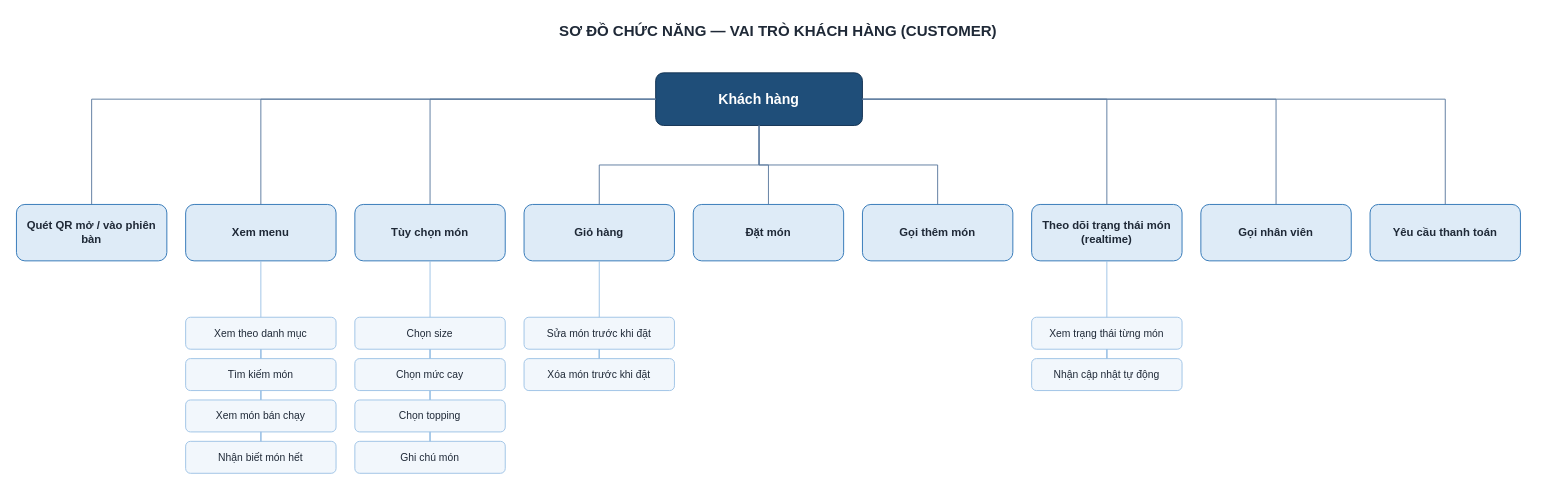
Before: docs/diagrams/chuc-nang-khach-hang.drawio in thanhhoa3514/restaurant-management, a draw.io diagram. Source tidied: cells renumbered, new cells numbered last; positions are measured from the earlier drawing's top-left corner, leaving out a move shared by most shapes. Both pictures are drawn from the tidied source at 94%, with x=0, y=0 at pixel (16, 16).
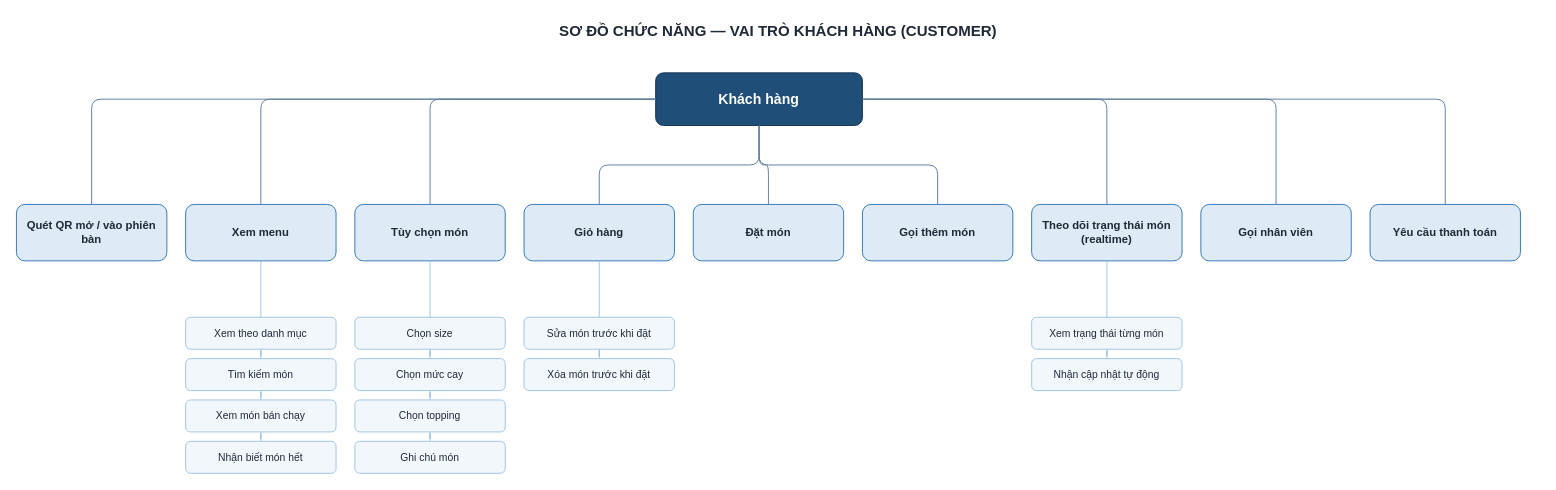
The same diagram, later.

The change refers to these unchanged cells:
```xml
<mxCell id="3" value="Khách hàng" style="rounded=1;whiteSpace=wrap;html=1;fillColor=#1F4E79;strokeColor=#123252;fontColor=#FFFFFF;fontSize=15;fontStyle=1;" parent="1" vertex="1">
  <mxGeometry x="680" y="60" width="220" height="56" as="geometry" />
</mxCell>
<mxCell id="4" value="Quét QR mở / vào phiên bàn" style="rounded=1;whiteSpace=wrap;html=1;fillColor=#DEEBF7;strokeColor=#2E75B6;fontColor=#1F2937;fontSize=12;fontStyle=1;" parent="1" vertex="1">
  <mxGeometry y="200" width="160" height="60" as="geometry" />
</mxCell>
<mxCell id="5" value="Xem menu" style="rounded=1;whiteSpace=wrap;html=1;fillColor=#DEEBF7;strokeColor=#2E75B6;fontColor=#1F2937;fontSize=12;fontStyle=1;" parent="1" vertex="1">
  <mxGeometry x="180" y="200" width="160" height="60" as="geometry" />
</mxCell>
<mxCell id="6" value="Tùy chọn món" style="rounded=1;whiteSpace=wrap;html=1;fillColor=#DEEBF7;strokeColor=#2E75B6;fontColor=#1F2937;fontSize=12;fontStyle=1;" parent="1" vertex="1">
  <mxGeometry x="360" y="200" width="160" height="60" as="geometry" />
</mxCell>
<mxCell id="7" value="Giỏ hàng" style="rounded=1;whiteSpace=wrap;html=1;fillColor=#DEEBF7;strokeColor=#2E75B6;fontColor=#1F2937;fontSize=12;fontStyle=1;" parent="1" vertex="1">
  <mxGeometry x="540" y="200" width="160" height="60" as="geometry" />
</mxCell>
<mxCell id="8" value="Đặt món" style="rounded=1;whiteSpace=wrap;html=1;fillColor=#DEEBF7;strokeColor=#2E75B6;fontColor=#1F2937;fontSize=12;fontStyle=1;" parent="1" vertex="1">
  <mxGeometry x="720" y="200" width="160" height="60" as="geometry" />
</mxCell>
<mxCell id="9" value="Gọi thêm món" style="rounded=1;whiteSpace=wrap;html=1;fillColor=#DEEBF7;strokeColor=#2E75B6;fontColor=#1F2937;fontSize=12;fontStyle=1;" parent="1" vertex="1">
  <mxGeometry x="900" y="200" width="160" height="60" as="geometry" />
</mxCell>
<mxCell id="10" value="Theo dõi trạng thái món (realtime)" style="rounded=1;whiteSpace=wrap;html=1;fillColor=#DEEBF7;strokeColor=#2E75B6;fontColor=#1F2937;fontSize=12;fontStyle=1;" parent="1" vertex="1">
  <mxGeometry x="1080" y="200" width="160" height="60" as="geometry" />
</mxCell>
<mxCell id="11" value="Gọi nhân viên" style="rounded=1;whiteSpace=wrap;html=1;fillColor=#DEEBF7;strokeColor=#2E75B6;fontColor=#1F2937;fontSize=12;fontStyle=1;" parent="1" vertex="1">
  <mxGeometry x="1260" y="200" width="160" height="60" as="geometry" />
</mxCell>
<mxCell id="12" value="Yêu cầu thanh toán" style="rounded=1;whiteSpace=wrap;html=1;fillColor=#DEEBF7;strokeColor=#2E75B6;fontColor=#1F2937;fontSize=12;fontStyle=1;" parent="1" vertex="1">
  <mxGeometry x="1440" y="200" width="160" height="60" as="geometry" />
</mxCell>
<mxCell id="13" value="Xem theo danh mục" style="rounded=1;whiteSpace=wrap;html=1;fillColor=#F2F7FC;strokeColor=#9DC3E6;fontColor=#1F2937;fontSize=11;" parent="1" vertex="1">
  <mxGeometry x="180" y="320" width="160" height="34" as="geometry" />
</mxCell>
<mxCell id="14" value="Tìm kiếm món" style="rounded=1;whiteSpace=wrap;html=1;fillColor=#F2F7FC;strokeColor=#9DC3E6;fontColor=#1F2937;fontSize=11;" parent="1" vertex="1">
  <mxGeometry x="180" y="364" width="160" height="34" as="geometry" />
</mxCell>
<mxCell id="15" value="Xem món bán chạy" style="rounded=1;whiteSpace=wrap;html=1;fillColor=#F2F7FC;strokeColor=#9DC3E6;fontColor=#1F2937;fontSize=11;" parent="1" vertex="1">
  <mxGeometry x="180" y="408" width="160" height="34" as="geometry" />
</mxCell>
<mxCell id="16" value="Nhận biết món hết" style="rounded=1;whiteSpace=wrap;html=1;fillColor=#F2F7FC;strokeColor=#9DC3E6;fontColor=#1F2937;fontSize=11;" parent="1" vertex="1">
  <mxGeometry x="180" y="452" width="160" height="34" as="geometry" />
</mxCell>
<mxCell id="17" value="Chọn size" style="rounded=1;whiteSpace=wrap;html=1;fillColor=#F2F7FC;strokeColor=#9DC3E6;fontColor=#1F2937;fontSize=11;" parent="1" vertex="1">
  <mxGeometry x="360" y="320" width="160" height="34" as="geometry" />
</mxCell>
<mxCell id="18" value="Chọn mức cay" style="rounded=1;whiteSpace=wrap;html=1;fillColor=#F2F7FC;strokeColor=#9DC3E6;fontColor=#1F2937;fontSize=11;" parent="1" vertex="1">
  <mxGeometry x="360" y="364" width="160" height="34" as="geometry" />
</mxCell>
<mxCell id="19" value="Chọn topping" style="rounded=1;whiteSpace=wrap;html=1;fillColor=#F2F7FC;strokeColor=#9DC3E6;fontColor=#1F2937;fontSize=11;" parent="1" vertex="1">
  <mxGeometry x="360" y="408" width="160" height="34" as="geometry" />
</mxCell>
<mxCell id="20" value="Ghi chú món" style="rounded=1;whiteSpace=wrap;html=1;fillColor=#F2F7FC;strokeColor=#9DC3E6;fontColor=#1F2937;fontSize=11;" parent="1" vertex="1">
  <mxGeometry x="360" y="452" width="160" height="34" as="geometry" />
</mxCell>
<mxCell id="21" value="Sửa món trước khi đặt" style="rounded=1;whiteSpace=wrap;html=1;fillColor=#F2F7FC;strokeColor=#9DC3E6;fontColor=#1F2937;fontSize=11;" parent="1" vertex="1">
  <mxGeometry x="540" y="320" width="160" height="34" as="geometry" />
</mxCell>
<mxCell id="22" value="Xóa món trước khi đặt" style="rounded=1;whiteSpace=wrap;html=1;fillColor=#F2F7FC;strokeColor=#9DC3E6;fontColor=#1F2937;fontSize=11;" parent="1" vertex="1">
  <mxGeometry x="540" y="364" width="160" height="34" as="geometry" />
</mxCell>
<mxCell id="23" value="Xem trạng thái từng món" style="rounded=1;whiteSpace=wrap;html=1;fillColor=#F2F7FC;strokeColor=#9DC3E6;fontColor=#1F2937;fontSize=11;" parent="1" vertex="1">
  <mxGeometry x="1080" y="320" width="160" height="34" as="geometry" />
</mxCell>
<mxCell id="24" value="Nhận cập nhật tự động" style="rounded=1;whiteSpace=wrap;html=1;fillColor=#F2F7FC;strokeColor=#9DC3E6;fontColor=#1F2937;fontSize=11;" parent="1" vertex="1">
  <mxGeometry x="1080" y="364" width="160" height="34" as="geometry" />
</mxCell>
```

What changed in the source:
```diff
@@
-    <mxCell id="25" style="edgeStyle=orthogonalEdgeStyle;rounded=0;html=1;endArrow=none;strokeColor=#5B7A9E;" parent="1" edge="1" source="3" target="4">
+    <mxCell id="25" style="edgeStyle=orthogonalEdgeStyle;rounded=1;html=1;endArrow=none;strokeColor=#5B7A9E;" parent="1" edge="1" source="3" target="4">
       <mxGeometry relative="1" as="geometry" />
     </mxCell>
-    <mxCell id="26" style="edgeStyle=orthogonalEdgeStyle;rounded=0;html=1;endArrow=none;strokeColor=#5B7A9E;" parent="1" edge="1" source="3" target="5">
+    <mxCell id="26" style="edgeStyle=orthogonalEdgeStyle;rounded=1;html=1;endArrow=none;strokeColor=#5B7A9E;" parent="1" edge="1" source="3" target="5">
       <mxGeometry relative="1" as="geometry" />
     </mxCell>
-    <mxCell id="27" style="edgeStyle=orthogonalEdgeStyle;rounded=0;html=1;endArrow=none;strokeColor=#5B7A9E;" parent="1" edge="1" source="3" target="6">
+    <mxCell id="27" style="edgeStyle=orthogonalEdgeStyle;rounded=1;html=1;endArrow=none;strokeColor=#5B7A9E;" parent="1" edge="1" source="3" target="6">
       <mxGeometry relative="1" as="geometry" />
     </mxCell>
-    <mxCell id="28" style="edgeStyle=orthogonalEdgeStyle;rounded=0;html=1;endArrow=none;strokeColor=#5B7A9E;" parent="1" edge="1" source="3" target="7">
+    <mxCell id="28" style="edgeStyle=orthogonalEdgeStyle;rounded=1;html=1;endArrow=none;strokeColor=#5B7A9E;" parent="1" edge="1" source="3" target="7">
       <mxGeometry relative="1" as="geometry" />
     </mxCell>
-    <mxCell id="29" style="edgeStyle=orthogonalEdgeStyle;rounded=0;html=1;endArrow=none;strokeColor=#5B7A9E;" parent="1" edge="1" source="3" target="8">
+    <mxCell id="29" style="edgeStyle=orthogonalEdgeStyle;rounded=1;html=1;endArrow=none;strokeColor=#5B7A9E;" parent="1" edge="1" source="3" target="8">
       <mxGeometry relative="1" as="geometry" />
     </mxCell>
-    <mxCell id="30" style="edgeStyle=orthogonalEdgeStyle;rounded=0;html=1;endArrow=none;strokeColor=#5B7A9E;" parent="1" edge="1" source="3" target="9">
+    <mxCell id="30" style="edgeStyle=orthogonalEdgeStyle;rounded=1;html=1;endArrow=none;strokeColor=#5B7A9E;" parent="1" edge="1" source="3" target="9">
       <mxGeometry relative="1" as="geometry" />
     </mxCell>
-    <mxCell id="31" style="edgeStyle=orthogonalEdgeStyle;rounded=0;html=1;endArrow=none;strokeColor=#5B7A9E;" parent="1" edge="1" source="3" target="10">
+    <mxCell id="31" style="edgeStyle=orthogonalEdgeStyle;rounded=1;html=1;endArrow=none;strokeColor=#5B7A9E;" parent="1" edge="1" source="3" target="10">
       <mxGeometry relative="1" as="geometry" />
     </mxCell>
-    <mxCell id="32" style="edgeStyle=orthogonalEdgeStyle;rounded=0;html=1;endArrow=none;strokeColor=#5B7A9E;" parent="1" edge="1" source="3" target="11">
+    <mxCell id="32" style="edgeStyle=orthogonalEdgeStyle;rounded=1;html=1;endArrow=none;strokeColor=#5B7A9E;" parent="1" edge="1" source="3" target="11">
       <mxGeometry relative="1" as="geometry" />
     </mxCell>
-    <mxCell id="33" style="edgeStyle=orthogonalEdgeStyle;rounded=0;html=1;endArrow=none;strokeColor=#5B7A9E;" parent="1" edge="1" source="3" target="12">
+    <mxCell id="33" style="edgeStyle=orthogonalEdgeStyle;rounded=1;html=1;endArrow=none;strokeColor=#5B7A9E;" parent="1" edge="1" source="3" target="12">
       <mxGeometry relative="1" as="geometry" />
     </mxCell>
-    <mxCell id="34" style="edgeStyle=orthogonalEdgeStyle;rounded=0;html=1;endArrow=none;strokeColor=#9DC3E6;" parent="1" edge="1" source="5" target="13">
+    <mxCell id="34" style="edgeStyle=orthogonalEdgeStyle;rounded=1;html=1;endArrow=none;strokeColor=#9DC3E6;" parent="1" edge="1" source="5" target="13">
       <mxGeometry relative="1" as="geometry" />
     </mxCell>
-    <mxCell id="35" style="edgeStyle=orthogonalEdgeStyle;rounded=0;html=1;endArrow=none;strokeColor=#9DC3E6;" parent="1" edge="1" source="13" target="14">
+    <mxCell id="35" style="edgeStyle=orthogonalEdgeStyle;rounded=1;html=1;endArrow=none;strokeColor=#9DC3E6;" parent="1" edge="1" source="13" target="14">
       <mxGeometry relative="1" as="geometry" />
     </mxCell>
-    <mxCell id="36" style="edgeStyle=orthogonalEdgeStyle;rounded=0;html=1;endArrow=none;strokeColor=#9DC3E6;" parent="1" edge="1" source="14" target="15">
+    <mxCell id="36" style="edgeStyle=orthogonalEdgeStyle;rounded=1;html=1;endArrow=none;strokeColor=#9DC3E6;" parent="1" edge="1" source="14" target="15">
       <mxGeometry relative="1" as="geometry" />
     </mxCell>
-    <mxCell id="37" style="edgeStyle=orthogonalEdgeStyle;rounded=0;html=1;endArrow=none;strokeColor=#9DC3E6;" parent="1" edge="1" source="15" target="16">
+    <mxCell id="37" style="edgeStyle=orthogonalEdgeStyle;rounded=1;html=1;endArrow=none;strokeColor=#9DC3E6;" parent="1" edge="1" source="15" target="16">
       <mxGeometry relative="1" as="geometry" />
     </mxCell>
-    <mxCell id="38" style="edgeStyle=orthogonalEdgeStyle;rounded=0;html=1;endArrow=none;strokeColor=#9DC3E6;" parent="1" edge="1" source="6" target="17">
+    <mxCell id="38" style="edgeStyle=orthogonalEdgeStyle;rounded=1;html=1;endArrow=none;strokeColor=#9DC3E6;" parent="1" edge="1" source="6" target="17">
       <mxGeometry relative="1" as="geometry" />
     </mxCell>
-    <mxCell id="39" style="edgeStyle=orthogonalEdgeStyle;rounded=0;html=1;endArrow=none;strokeColor=#9DC3E6;" parent="1" edge="1" source="17" target="18">
+    <mxCell id="39" style="edgeStyle=orthogonalEdgeStyle;rounded=1;html=1;endArrow=none;strokeColor=#9DC3E6;" parent="1" edge="1" source="17" target="18">
       <mxGeometry relative="1" as="geometry" />
     </mxCell>
-    <mxCell id="40" style="edgeStyle=orthogonalEdgeStyle;rounded=0;html=1;endArrow=none;strokeColor=#9DC3E6;" parent="1" edge="1" source="18" target="19">
+    <mxCell id="40" style="edgeStyle=orthogonalEdgeStyle;rounded=1;html=1;endArrow=none;strokeColor=#9DC3E6;" parent="1" edge="1" source="18" target="19">
       <mxGeometry relative="1" as="geometry" />
     </mxCell>
-    <mxCell id="41" style="edgeStyle=orthogonalEdgeStyle;rounded=0;html=1;endArrow=none;strokeColor=#9DC3E6;" parent="1" edge="1" source="19" target="20">
+    <mxCell id="41" style="edgeStyle=orthogonalEdgeStyle;rounded=1;html=1;endArrow=none;strokeColor=#9DC3E6;" parent="1" edge="1" source="19" target="20">
       <mxGeometry relative="1" as="geometry" />
     </mxCell>
-    <mxCell id="42" style="edgeStyle=orthogonalEdgeStyle;rounded=0;html=1;endArrow=none;strokeColor=#9DC3E6;" parent="1" edge="1" source="7" target="21">
+    <mxCell id="42" style="edgeStyle=orthogonalEdgeStyle;rounded=1;html=1;endArrow=none;strokeColor=#9DC3E6;" parent="1" edge="1" source="7" target="21">
       <mxGeometry relative="1" as="geometry" />
     </mxCell>
-    <mxCell id="43" style="edgeStyle=orthogonalEdgeStyle;rounded=0;html=1;endArrow=none;strokeColor=#9DC3E6;" parent="1" edge="1" source="21" target="22">
+    <mxCell id="43" style="edgeStyle=orthogonalEdgeStyle;rounded=1;html=1;endArrow=none;strokeColor=#9DC3E6;" parent="1" edge="1" source="21" target="22">
       <mxGeometry relative="1" as="geometry" />
     </mxCell>
-    <mxCell id="44" style="edgeStyle=orthogonalEdgeStyle;rounded=0;html=1;endArrow=none;strokeColor=#9DC3E6;" parent="1" edge="1" source="10" target="23">
+    <mxCell id="44" style="edgeStyle=orthogonalEdgeStyle;rounded=1;html=1;endArrow=none;strokeColor=#9DC3E6;" parent="1" edge="1" source="10" target="23">
       <mxGeometry relative="1" as="geometry" />
     </mxCell>
-    <mxCell id="45" style="edgeStyle=orthogonalEdgeStyle;rounded=0;html=1;endArrow=none;strokeColor=#9DC3E6;" parent="1" edge="1" source="23" target="24">
+    <mxCell id="45" style="edgeStyle=orthogonalEdgeStyle;rounded=1;html=1;endArrow=none;strokeColor=#9DC3E6;" parent="1" edge="1" source="23" target="24">
       <mxGeometry relative="1" as="geometry" />
     </mxCell>
```
